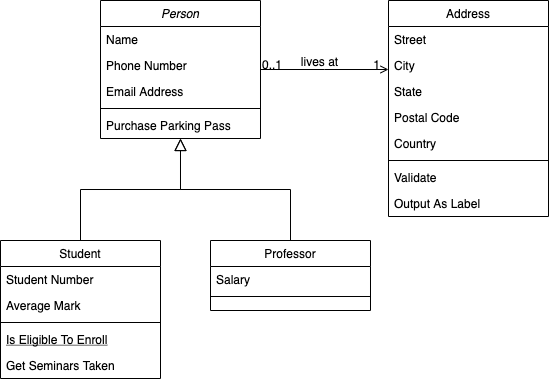
Before: Untitled Diagram.drawio.png, a diagram exported from draw.io (yujiate/diagrams). Source tidied: cells renumbered, new cells last; positions are measured from the earlier drawing's top-left corner, leaving out a move shared by most shapes.
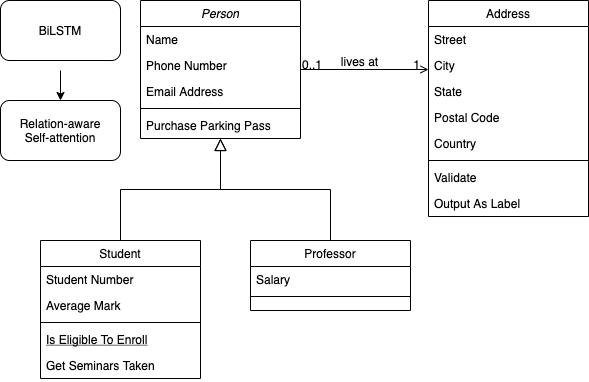
Later version of the same file.

Change to the diagram source:
```diff
@@ -100,5 +100,16 @@
         <mxPoint x="-38" y="40" as="offset" />
       </mxGeometry>
     </mxCell>
+    <mxCell id="32" value="BiLSTM" style="rounded=1;whiteSpace=wrap;html=1;fillColor=default;strokeColor=default;fontColor=default;" parent="1" vertex="1">
+      <mxGeometry x="-40" width="120" height="60" as="geometry" />
+    </mxCell>
+    <mxCell id="33" style="endArrow=classic;html=1;rounded=0;fontColor=default;strokeColor=default;labelBackgroundColor=default;" parent="1" edge="1" target="34">
+      <mxGeometry relative="1" as="geometry">
+        <mxPoint x="20" y="70" as="sourcePoint" />
+      </mxGeometry>
+    </mxCell>
+    <mxCell id="34" value="Relation-aware&lt;br&gt;Self-attention" style="rounded=1;whiteSpace=wrap;html=1;fontColor=default;strokeColor=default;fillColor=default;" parent="1" vertex="1">
+      <mxGeometry x="-40" y="100" width="120" height="60" as="geometry" />
+    </mxCell>
   </root>
 </mxGraphModel>
```
